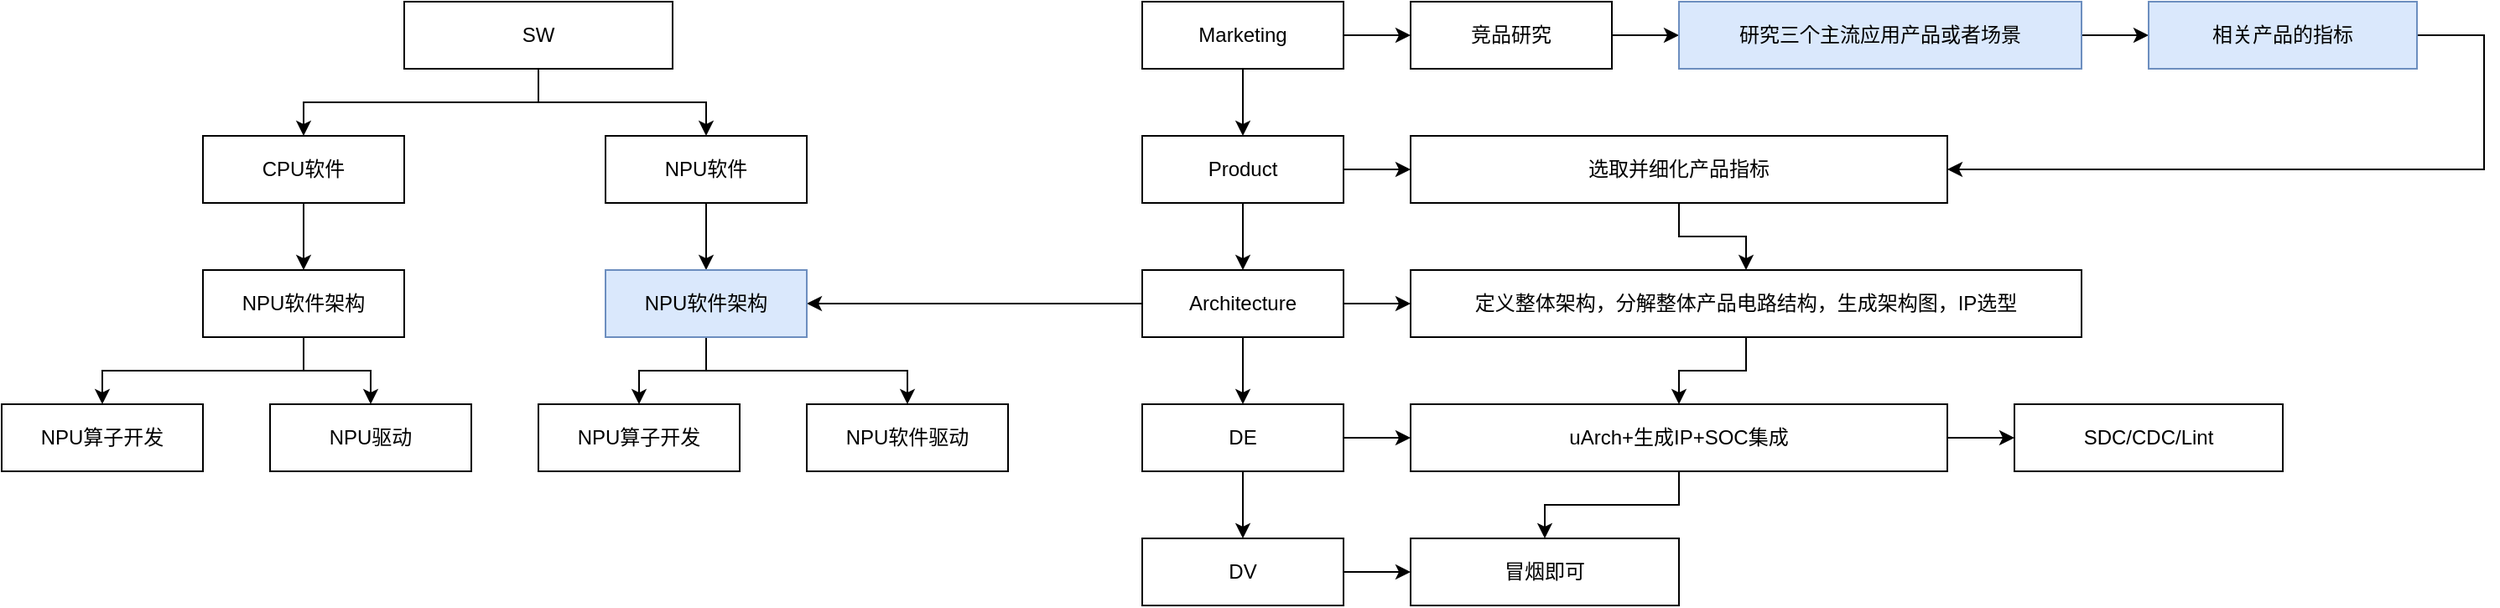
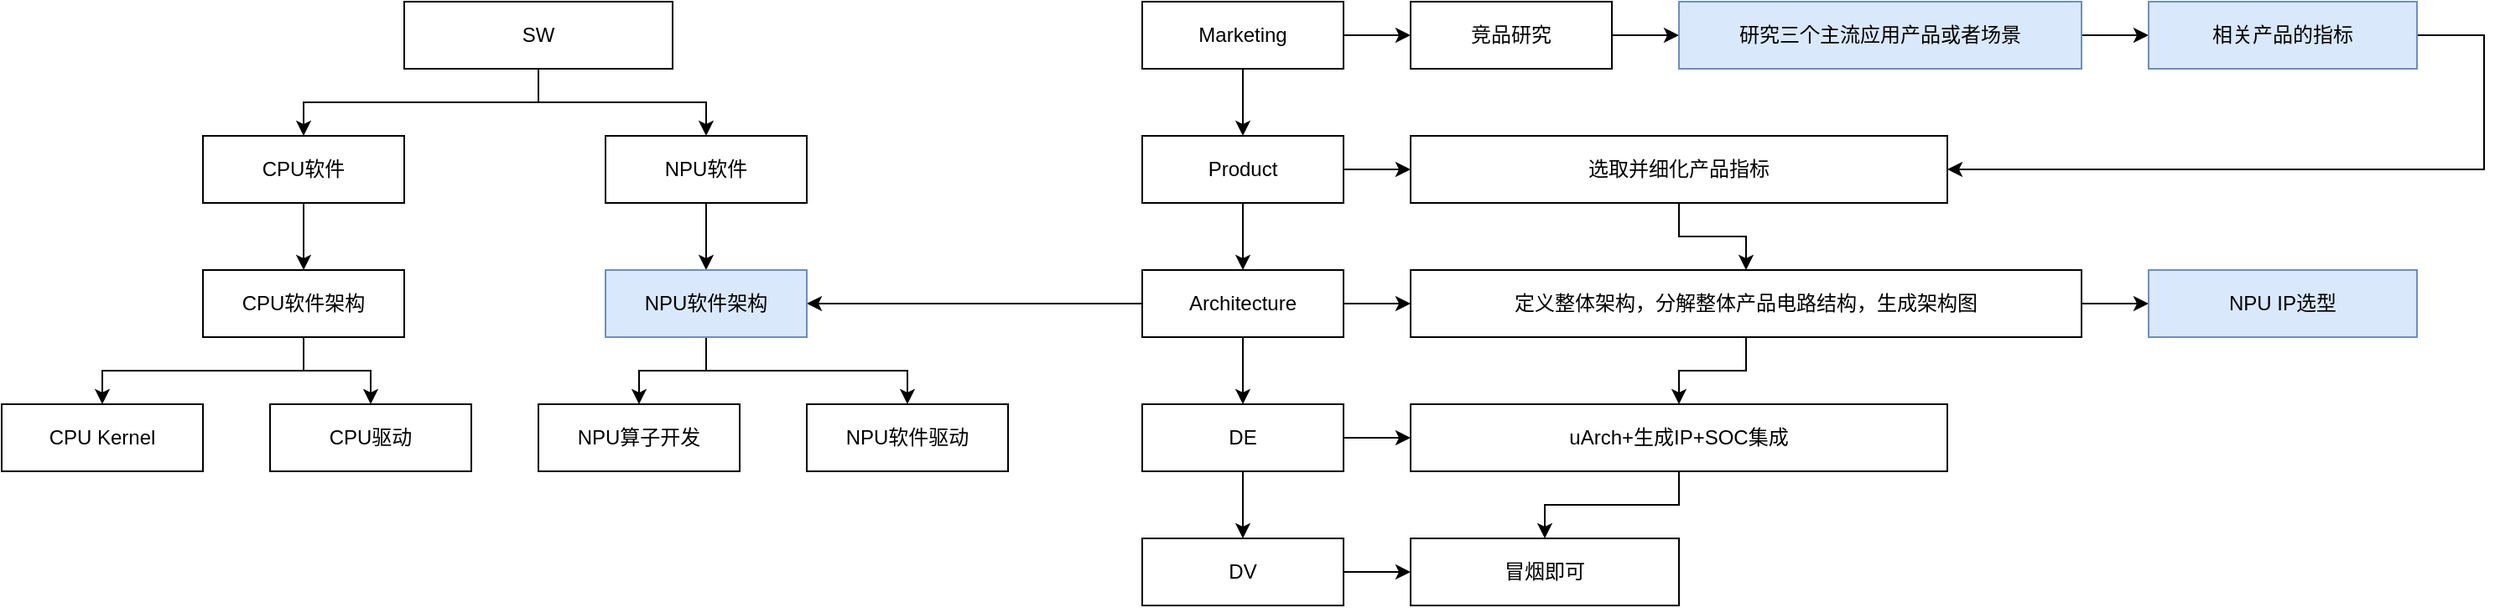
<mxfile host="app.diagrams.net">
  <diagram name="第 1 页" id="9lt6pKXcOXOacjMz8fyF">
-     <mxGraphModel dx="2575" dy="754" grid="1" gridSize="10" guides="1" tooltips="1" connect="1" arrows="1" fold="1" page="1" pageScale="1" pageWidth="1169" pageHeight="827" math="0" shadow="0">
+     <mxGraphModel dx="2935" dy="611" grid="1" gridSize="10" guides="1" tooltips="1" connect="1" arrows="1" fold="1" page="1" pageScale="1" pageWidth="1169" pageHeight="827" math="0" shadow="0">
      <root>
        <mxCell id="0" />
        <mxCell id="1" parent="0" />
        <mxCell id="i4-VJNzEnyivnLVhnoJc-17" edge="1" parent="1" source="i4-VJNzEnyivnLVhnoJc-1" style="edgeStyle=orthogonalEdgeStyle;rounded=0;orthogonalLoop=1;jettySize=auto;html=1;" target="i4-VJNzEnyivnLVhnoJc-2" value="">
          <mxGeometry relative="1" as="geometry" />
        </mxCell>
        <mxCell id="i4-VJNzEnyivnLVhnoJc-22" edge="1" parent="1" source="i4-VJNzEnyivnLVhnoJc-1" style="edgeStyle=orthogonalEdgeStyle;rounded=0;orthogonalLoop=1;jettySize=auto;html=1;" target="i4-VJNzEnyivnLVhnoJc-3" value="">
          <mxGeometry relative="1" as="geometry" />
        </mxCell>
        <mxCell id="i4-VJNzEnyivnLVhnoJc-1" parent="1" style="rounded=0;whiteSpace=wrap;html=1;" value="Marketing" vertex="1">
          <mxGeometry height="40" width="120" x="120" y="80" as="geometry" />
        </mxCell>
        <mxCell id="i4-VJNzEnyivnLVhnoJc-18" edge="1" parent="1" source="i4-VJNzEnyivnLVhnoJc-2" style="edgeStyle=orthogonalEdgeStyle;rounded=0;orthogonalLoop=1;jettySize=auto;html=1;" target="i4-VJNzEnyivnLVhnoJc-7" value="">
          <mxGeometry relative="1" as="geometry" />
        </mxCell>
        <mxCell id="i4-VJNzEnyivnLVhnoJc-27" edge="1" parent="1" source="i4-VJNzEnyivnLVhnoJc-2" style="edgeStyle=orthogonalEdgeStyle;rounded=0;orthogonalLoop=1;jettySize=auto;html=1;" target="i4-VJNzEnyivnLVhnoJc-6" value="">
          <mxGeometry relative="1" as="geometry" />
        </mxCell>
        <mxCell id="i4-VJNzEnyivnLVhnoJc-2" parent="1" style="rounded=0;whiteSpace=wrap;html=1;" value="Product" vertex="1">
          <mxGeometry height="40" width="120" x="120" y="160" as="geometry" />
        </mxCell>
        <mxCell id="i4-VJNzEnyivnLVhnoJc-23" edge="1" parent="1" source="i4-VJNzEnyivnLVhnoJc-3" style="edgeStyle=orthogonalEdgeStyle;rounded=0;orthogonalLoop=1;jettySize=auto;html=1;" target="i4-VJNzEnyivnLVhnoJc-4" value="">
          <mxGeometry relative="1" as="geometry" />
        </mxCell>
        <mxCell id="i4-VJNzEnyivnLVhnoJc-3" parent="1" style="rounded=0;whiteSpace=wrap;html=1;" value="竞品研究" vertex="1">
          <mxGeometry height="40" width="120" x="280" y="80" as="geometry" />
        </mxCell>
        <mxCell id="i4-VJNzEnyivnLVhnoJc-25" edge="1" parent="1" source="i4-VJNzEnyivnLVhnoJc-4" style="edgeStyle=orthogonalEdgeStyle;rounded=0;orthogonalLoop=1;jettySize=auto;html=1;" target="i4-VJNzEnyivnLVhnoJc-5" value="">
          <mxGeometry relative="1" as="geometry" />
        </mxCell>
        <mxCell id="i4-VJNzEnyivnLVhnoJc-4" parent="1" style="rounded=0;whiteSpace=wrap;html=1;fillColor=#dae8fc;strokeColor=#6c8ebf;" value="研究三个主流应用产品或者场景" vertex="1">
          <mxGeometry height="40" width="240" x="440" y="80" as="geometry" />
        </mxCell>
        <mxCell id="i4-VJNzEnyivnLVhnoJc-26" edge="1" parent="1" source="i4-VJNzEnyivnLVhnoJc-5" style="edgeStyle=orthogonalEdgeStyle;rounded=0;orthogonalLoop=1;jettySize=auto;html=1;entryX=1;entryY=0.5;entryDx=0;entryDy=0;" target="i4-VJNzEnyivnLVhnoJc-6">
          <mxGeometry relative="1" as="geometry">
            <Array as="points">
              <mxPoint x="920" y="100" />
              <mxPoint x="920" y="180" />
            </Array>
          </mxGeometry>
        </mxCell>
        <mxCell id="i4-VJNzEnyivnLVhnoJc-5" parent="1" style="rounded=0;whiteSpace=wrap;html=1;fillColor=#dae8fc;strokeColor=#6c8ebf;" value="相关产品的指标" vertex="1">
          <mxGeometry height="40" width="160" x="720" y="80" as="geometry" />
        </mxCell>
        <mxCell id="i4-VJNzEnyivnLVhnoJc-28" edge="1" parent="1" source="i4-VJNzEnyivnLVhnoJc-6" style="edgeStyle=orthogonalEdgeStyle;rounded=0;orthogonalLoop=1;jettySize=auto;html=1;" target="i4-VJNzEnyivnLVhnoJc-8" value="">
          <mxGeometry relative="1" as="geometry" />
        </mxCell>
        <mxCell id="i4-VJNzEnyivnLVhnoJc-6" parent="1" style="rounded=0;whiteSpace=wrap;html=1;" value="选取并细化产品指标" vertex="1">
          <mxGeometry height="40" width="320" x="280" y="160" as="geometry" />
        </mxCell>
        <mxCell id="i4-VJNzEnyivnLVhnoJc-30" edge="1" parent="1" source="i4-VJNzEnyivnLVhnoJc-7" style="edgeStyle=orthogonalEdgeStyle;rounded=0;orthogonalLoop=1;jettySize=auto;html=1;" target="i4-VJNzEnyivnLVhnoJc-8" value="">
          <mxGeometry relative="1" as="geometry" />
        </mxCell>
        <mxCell id="i4-VJNzEnyivnLVhnoJc-37" edge="1" parent="1" source="i4-VJNzEnyivnLVhnoJc-7" style="edgeStyle=orthogonalEdgeStyle;rounded=0;orthogonalLoop=1;jettySize=auto;html=1;" target="i4-VJNzEnyivnLVhnoJc-9" value="">
          <mxGeometry relative="1" as="geometry" />
        </mxCell>
        <mxCell id="i4-VJNzEnyivnLVhnoJc-51" edge="1" parent="1" source="i4-VJNzEnyivnLVhnoJc-7" style="edgeStyle=orthogonalEdgeStyle;rounded=0;orthogonalLoop=1;jettySize=auto;html=1;entryX=1;entryY=0.5;entryDx=0;entryDy=0;" target="i4-VJNzEnyivnLVhnoJc-16">
          <mxGeometry relative="1" as="geometry" />
        </mxCell>
        <mxCell id="i4-VJNzEnyivnLVhnoJc-7" parent="1" style="rounded=0;whiteSpace=wrap;html=1;" value="Architecture" vertex="1">
          <mxGeometry height="40" width="120" x="120" y="240" as="geometry" />
        </mxCell>
        <mxCell id="i4-VJNzEnyivnLVhnoJc-29" edge="1" parent="1" source="i4-VJNzEnyivnLVhnoJc-8" style="edgeStyle=orthogonalEdgeStyle;rounded=0;orthogonalLoop=1;jettySize=auto;html=1;" target="i4-VJNzEnyivnLVhnoJc-10" value="">
          <mxGeometry relative="1" as="geometry" />
        </mxCell>
-         <mxCell id="i4-VJNzEnyivnLVhnoJc-8" parent="1" style="rounded=0;whiteSpace=wrap;html=1;" value="定义整体架构，分解整体产品电路结构，生成架构图，IP选型" vertex="1">
+         <mxCell id="i4-VJNzEnyivnLVhnoJc-8" parent="1" style="rounded=0;whiteSpace=wrap;html=1;" value="定义整体架构，分解整体产品电路结构，生成架构图" vertex="1">
          <mxGeometry height="40" width="400" x="280" y="240" as="geometry" />
        </mxCell>
        <mxCell id="i4-VJNzEnyivnLVhnoJc-20" edge="1" parent="1" source="i4-VJNzEnyivnLVhnoJc-9" style="edgeStyle=orthogonalEdgeStyle;rounded=0;orthogonalLoop=1;jettySize=auto;html=1;" target="i4-VJNzEnyivnLVhnoJc-11" value="">
          <mxGeometry relative="1" as="geometry" />
        </mxCell>
        <mxCell id="i4-VJNzEnyivnLVhnoJc-31" edge="1" parent="1" source="i4-VJNzEnyivnLVhnoJc-9" style="edgeStyle=orthogonalEdgeStyle;rounded=0;orthogonalLoop=1;jettySize=auto;html=1;" target="i4-VJNzEnyivnLVhnoJc-10" value="">
          <mxGeometry relative="1" as="geometry" />
        </mxCell>
        <mxCell id="i4-VJNzEnyivnLVhnoJc-9" parent="1" style="rounded=0;whiteSpace=wrap;html=1;" value="DE" vertex="1">
          <mxGeometry height="40" width="120" x="120" y="320" as="geometry" />
        </mxCell>
-         <mxCell id="i4-VJNzEnyivnLVhnoJc-32" edge="1" parent="1" source="i4-VJNzEnyivnLVhnoJc-10" style="edgeStyle=orthogonalEdgeStyle;rounded=0;orthogonalLoop=1;jettySize=auto;html=1;" target="i4-VJNzEnyivnLVhnoJc-13" value="">
+         <mxCell id="i4-VJNzEnyivnLVhnoJc-32" edge="1" parent="1" source="i4-VJNzEnyivnLVhnoJc-8" style="edgeStyle=orthogonalEdgeStyle;rounded=0;orthogonalLoop=1;jettySize=auto;html=1;exitX=1;exitY=0.5;exitDx=0;exitDy=0;" target="i4-VJNzEnyivnLVhnoJc-13" value="">
          <mxGeometry relative="1" as="geometry" />
        </mxCell>
        <mxCell id="i4-VJNzEnyivnLVhnoJc-33" edge="1" parent="1" source="i4-VJNzEnyivnLVhnoJc-10" style="edgeStyle=orthogonalEdgeStyle;rounded=0;orthogonalLoop=1;jettySize=auto;html=1;" target="i4-VJNzEnyivnLVhnoJc-12" value="">
          <mxGeometry relative="1" as="geometry" />
        </mxCell>
        <mxCell id="i4-VJNzEnyivnLVhnoJc-10" parent="1" style="rounded=0;whiteSpace=wrap;html=1;" value="uArch+生成IP+SOC集成" vertex="1">
          <mxGeometry height="40" width="320" x="280" y="320" as="geometry" />
        </mxCell>
        <mxCell id="i4-VJNzEnyivnLVhnoJc-34" edge="1" parent="1" source="i4-VJNzEnyivnLVhnoJc-11" style="edgeStyle=orthogonalEdgeStyle;rounded=0;orthogonalLoop=1;jettySize=auto;html=1;" target="i4-VJNzEnyivnLVhnoJc-12" value="">
          <mxGeometry relative="1" as="geometry" />
        </mxCell>
        <mxCell id="i4-VJNzEnyivnLVhnoJc-11" parent="1" style="rounded=0;whiteSpace=wrap;html=1;" value="DV" vertex="1">
          <mxGeometry height="40" width="120" x="120" y="400" as="geometry" />
        </mxCell>
        <mxCell id="i4-VJNzEnyivnLVhnoJc-12" parent="1" style="rounded=0;whiteSpace=wrap;html=1;" value="冒烟即可" vertex="1">
          <mxGeometry height="40" width="160" x="280" y="400" as="geometry" />
        </mxCell>
-         <mxCell id="i4-VJNzEnyivnLVhnoJc-13" parent="1" style="rounded=0;whiteSpace=wrap;html=1;" value="SDC/CDC/Lint" vertex="1">
-           <mxGeometry height="40" width="160" x="640" y="320" as="geometry" />
+         <mxCell id="i4-VJNzEnyivnLVhnoJc-13" parent="1" style="rounded=0;whiteSpace=wrap;html=1;fillColor=#dae8fc;strokeColor=#6c8ebf;" value="NPU IP选型" vertex="1">
+           <mxGeometry height="40" width="160" x="720" y="240" as="geometry" />
        </mxCell>
        <mxCell id="i4-VJNzEnyivnLVhnoJc-35" edge="1" parent="1" source="i4-VJNzEnyivnLVhnoJc-14" style="edgeStyle=orthogonalEdgeStyle;rounded=0;orthogonalLoop=1;jettySize=auto;html=1;exitX=0.5;exitY=1;exitDx=0;exitDy=0;" target="i4-VJNzEnyivnLVhnoJc-15" value="">
          <mxGeometry relative="1" as="geometry" />
        </mxCell>
        <mxCell id="i4-VJNzEnyivnLVhnoJc-39" edge="1" parent="1" source="i4-VJNzEnyivnLVhnoJc-14" style="edgeStyle=orthogonalEdgeStyle;rounded=0;orthogonalLoop=1;jettySize=auto;html=1;" target="i4-VJNzEnyivnLVhnoJc-38" value="">
          <mxGeometry relative="1" as="geometry" />
        </mxCell>
        <mxCell id="i4-VJNzEnyivnLVhnoJc-14" parent="1" style="rounded=0;whiteSpace=wrap;html=1;" value="SW" vertex="1">
          <mxGeometry height="40" width="160" x="-320" y="80" as="geometry" />
        </mxCell>
        <mxCell id="i4-VJNzEnyivnLVhnoJc-36" edge="1" parent="1" source="i4-VJNzEnyivnLVhnoJc-38" style="edgeStyle=orthogonalEdgeStyle;rounded=0;orthogonalLoop=1;jettySize=auto;html=1;exitX=0.5;exitY=1;exitDx=0;exitDy=0;" target="i4-VJNzEnyivnLVhnoJc-16" value="">
          <mxGeometry relative="1" as="geometry" />
        </mxCell>
        <mxCell id="i4-VJNzEnyivnLVhnoJc-46" edge="1" parent="1" source="i4-VJNzEnyivnLVhnoJc-15" style="edgeStyle=orthogonalEdgeStyle;rounded=0;orthogonalLoop=1;jettySize=auto;html=1;" target="i4-VJNzEnyivnLVhnoJc-43" value="">
          <mxGeometry relative="1" as="geometry" />
        </mxCell>
        <mxCell id="i4-VJNzEnyivnLVhnoJc-15" parent="1" style="rounded=0;whiteSpace=wrap;html=1;" value="CPU软件" vertex="1">
          <mxGeometry height="40" width="120" x="-440" y="160" as="geometry" />
        </mxCell>
        <mxCell id="i4-VJNzEnyivnLVhnoJc-49" edge="1" parent="1" source="i4-VJNzEnyivnLVhnoJc-16" style="edgeStyle=orthogonalEdgeStyle;rounded=0;orthogonalLoop=1;jettySize=auto;html=1;" target="i4-VJNzEnyivnLVhnoJc-42" value="">
          <mxGeometry relative="1" as="geometry" />
        </mxCell>
        <mxCell id="i4-VJNzEnyivnLVhnoJc-50" edge="1" parent="1" source="i4-VJNzEnyivnLVhnoJc-16" style="edgeStyle=orthogonalEdgeStyle;rounded=0;orthogonalLoop=1;jettySize=auto;html=1;" target="i4-VJNzEnyivnLVhnoJc-41">
          <mxGeometry relative="1" as="geometry" />
        </mxCell>
        <mxCell id="i4-VJNzEnyivnLVhnoJc-16" parent="1" style="rounded=0;whiteSpace=wrap;html=1;fillColor=#dae8fc;strokeColor=#6c8ebf;" value="NPU软件架构" vertex="1">
          <mxGeometry height="40" width="120" x="-200" y="240" as="geometry" />
        </mxCell>
        <mxCell id="i4-VJNzEnyivnLVhnoJc-38" parent="1" style="rounded=0;whiteSpace=wrap;html=1;" value="NPU软件" vertex="1">
          <mxGeometry height="40" width="120" x="-200" y="160" as="geometry" />
        </mxCell>
        <mxCell id="i4-VJNzEnyivnLVhnoJc-41" parent="1" style="rounded=0;whiteSpace=wrap;html=1;" value="NPU软件驱动" vertex="1">
          <mxGeometry height="40" width="120" x="-80" y="320" as="geometry" />
        </mxCell>
        <mxCell id="i4-VJNzEnyivnLVhnoJc-42" parent="1" style="rounded=0;whiteSpace=wrap;html=1;" value="NPU算子开发" vertex="1">
          <mxGeometry height="40" width="120" x="-240" y="320" as="geometry" />
        </mxCell>
        <mxCell id="i4-VJNzEnyivnLVhnoJc-47" edge="1" parent="1" source="i4-VJNzEnyivnLVhnoJc-43" style="edgeStyle=orthogonalEdgeStyle;rounded=0;orthogonalLoop=1;jettySize=auto;html=1;" target="i4-VJNzEnyivnLVhnoJc-44" value="">
          <mxGeometry relative="1" as="geometry" />
        </mxCell>
        <mxCell id="i4-VJNzEnyivnLVhnoJc-48" edge="1" parent="1" source="i4-VJNzEnyivnLVhnoJc-43" style="edgeStyle=orthogonalEdgeStyle;rounded=0;orthogonalLoop=1;jettySize=auto;html=1;entryX=0.5;entryY=0;entryDx=0;entryDy=0;" target="i4-VJNzEnyivnLVhnoJc-45">
          <mxGeometry relative="1" as="geometry" />
        </mxCell>
-         <mxCell id="i4-VJNzEnyivnLVhnoJc-43" parent="1" style="rounded=0;whiteSpace=wrap;html=1;" value="NPU软件架构" vertex="1">
+         <mxCell id="i4-VJNzEnyivnLVhnoJc-43" parent="1" style="rounded=0;whiteSpace=wrap;html=1;" value="CPU软件架构" vertex="1">
          <mxGeometry height="40" width="120" x="-440" y="240" as="geometry" />
        </mxCell>
-         <mxCell id="i4-VJNzEnyivnLVhnoJc-44" parent="1" style="rounded=0;whiteSpace=wrap;html=1;" value="NPU驱动" vertex="1">
+         <mxCell id="i4-VJNzEnyivnLVhnoJc-44" parent="1" style="rounded=0;whiteSpace=wrap;html=1;" value="CPU驱动" vertex="1">
          <mxGeometry height="40" width="120" x="-400" y="320" as="geometry" />
        </mxCell>
-         <mxCell id="i4-VJNzEnyivnLVhnoJc-45" parent="1" style="rounded=0;whiteSpace=wrap;html=1;" value="NPU算子开发" vertex="1">
+         <mxCell id="i4-VJNzEnyivnLVhnoJc-45" parent="1" style="rounded=0;whiteSpace=wrap;html=1;" value="CPU Kernel" vertex="1">
          <mxGeometry height="40" width="120" x="-560" y="320" as="geometry" />
        </mxCell>
      </root>
    </mxGraphModel>
  </diagram>
</mxfile>
